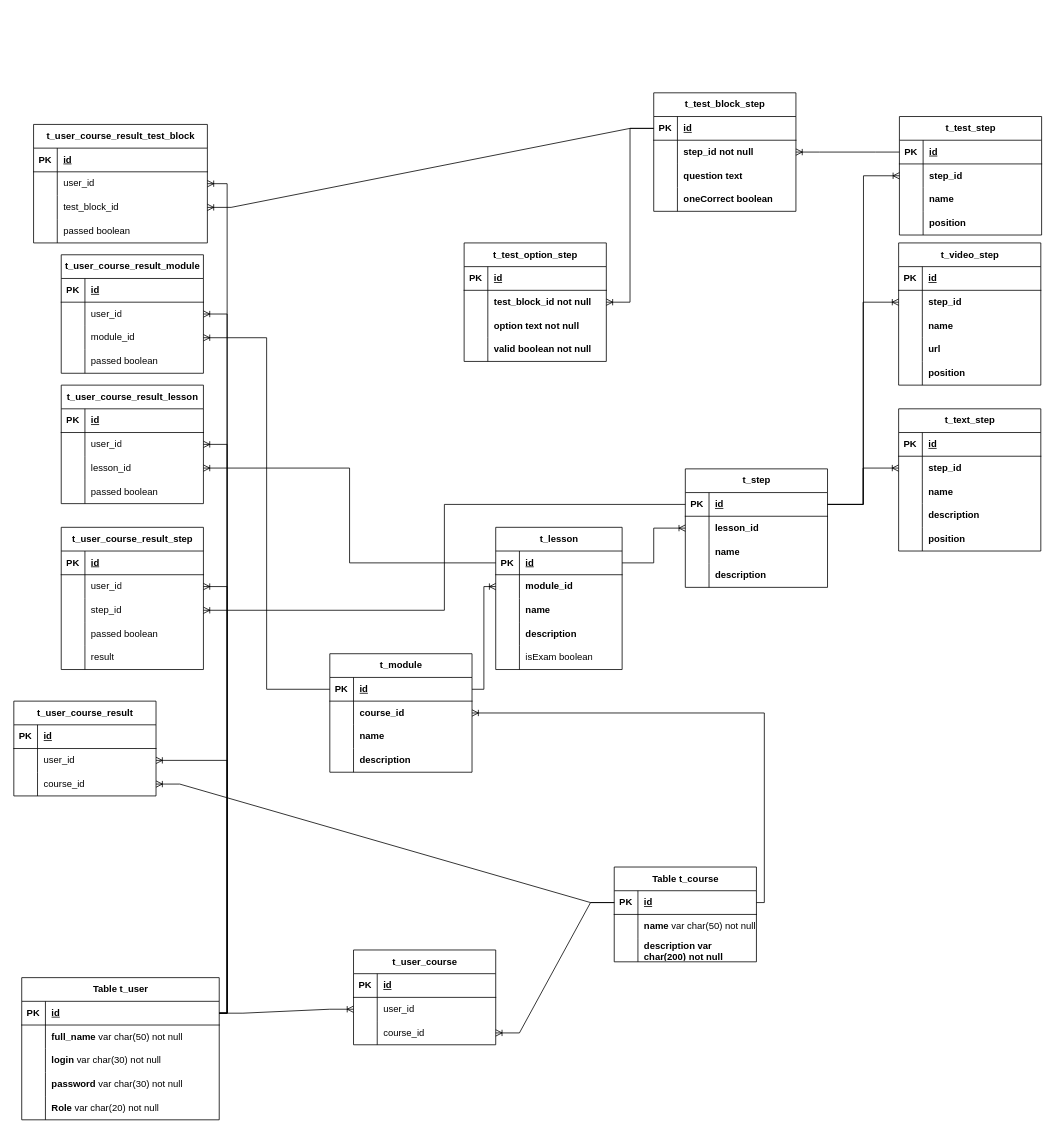
Qatarbae/School keeps this draw.io diagram as docs/brows.drawio. Above is the earlier version. Source tidied: cells renumbered, new cells numbered last; positions are measured from the earlier drawing's top-left corner, leaving out a move shared by most shapes. Both pictures are drawn from the tidied source at 79%, with x=0, y=0 at pixel (13, 92).
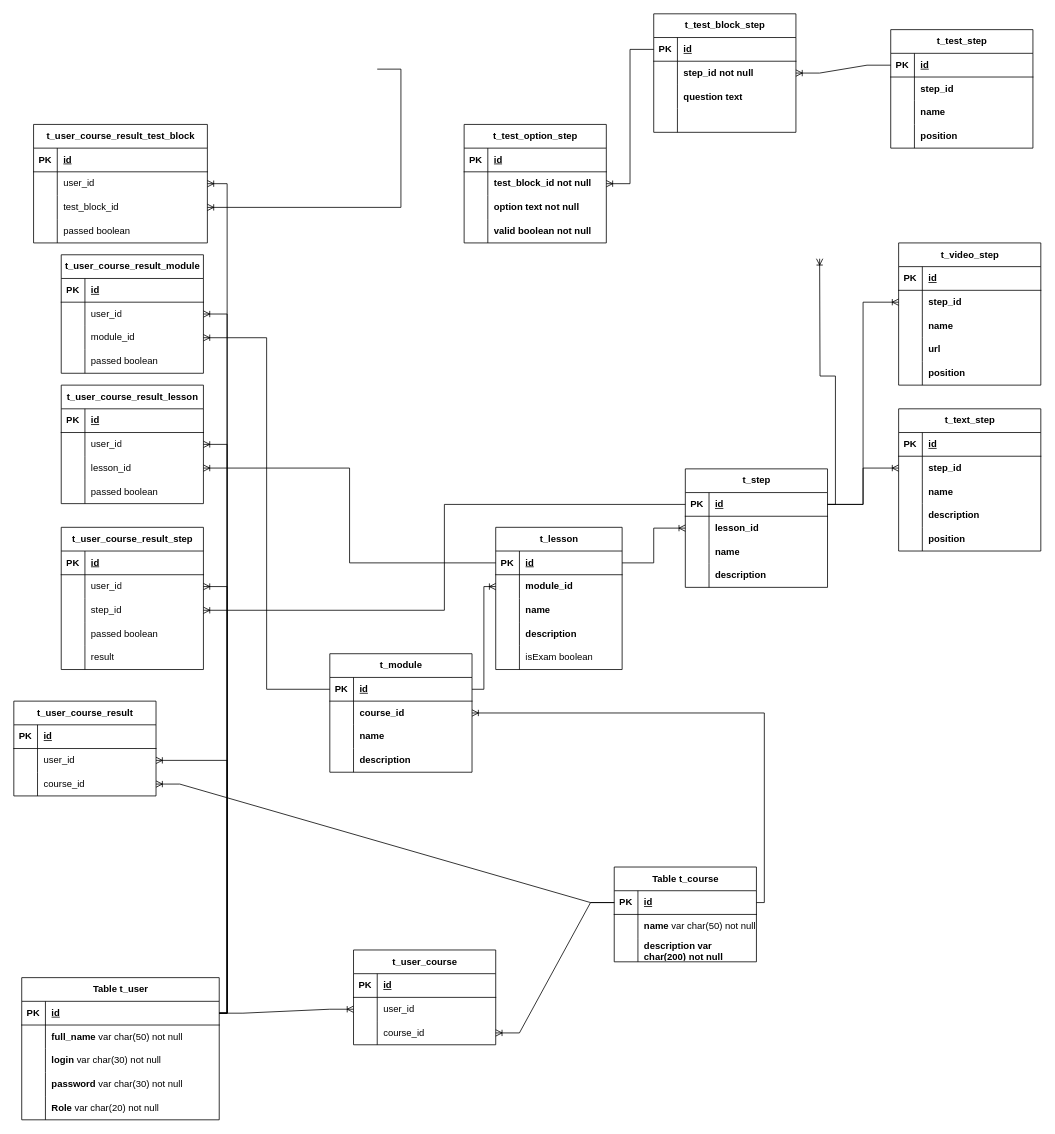
The same page after the edit.

The change refers to these unchanged cells:
```xml
<mxCell id="100" style="shape=tableRow;horizontal=0;startSize=0;swimlaneHead=0;swimlaneBody=0;fillColor=none;points=[[0,0.5],[1,0.5]];portConstraint=eastwest;top=0;left=0;right=0;bottom=0;" parent="96" vertex="1">
  <mxGeometry y="60" width="180" height="30" as="geometry" />
</mxCell>
<mxCell id="140" style="shape=tableRow;horizontal=0;startSize=0;swimlaneHead=0;swimlaneBody=0;fillColor=none;points=[[0,0.5],[1,0.5]];portConstraint=eastwest;top=0;left=0;right=0;bottom=1;" parent="139" vertex="1">
  <mxGeometry y="30" width="180" height="30" as="geometry" />
</mxCell>
<mxCell id="207" style="shape=tableRow;horizontal=0;startSize=0;swimlaneHead=0;swimlaneBody=0;fillColor=none;points=[[0,0.5],[1,0.5]];portConstraint=eastwest;top=0;left=0;right=0;bottom=1;" parent="206" vertex="1">
  <mxGeometry y="30" width="180" height="30" as="geometry" />
</mxCell>
<mxCell id="216" style="shape=tableRow;horizontal=0;startSize=0;swimlaneHead=0;swimlaneBody=0;fillColor=none;top=0;left=0;right=0;bottom=0;" parent="206" vertex="1">
  <mxGeometry y="120" width="180" height="30" as="geometry" />
</mxCell>
<mxCell id="228" style="shape=tableRow;horizontal=0;startSize=0;swimlaneHead=0;swimlaneBody=0;fillColor=none;points=[[0,0.5],[1,0.5]];portConstraint=eastwest;top=0;left=0;right=0;bottom=0;" parent="221" vertex="1">
  <mxGeometry y="90" width="220" height="30" as="geometry" />
</mxCell>
```

What changed in the source:
```diff
@@
     <mxCell id="96" value="t_test_step" style="shape=table;startSize=30;childLayout=tableLayout;rowLines=0;fontStyle=1;align=center;html=1;" parent="1" vertex="1">
-      <mxGeometry x="1121" y="30" width="180" height="150" as="geometry" />
+      <mxGeometry x="1110" y="-80" width="180" height="150" as="geometry" />
     </mxCell>
@@
     <mxCell id="109" value="t_test_option_step" style="shape=table;startSize=30;childLayout=tableLayout;rowLines=0;fontStyle=1;align=center;html=1;" parent="1" vertex="1">
-      <mxGeometry x="570" y="190" width="180" height="150" as="geometry" />
+      <mxGeometry x="570" y="40" width="180" height="150" as="geometry" />
     </mxCell>
@@
-    <mxCell id="154" style="edgeStyle=orthogonalEdgeStyle;fontSize=12;html=1;endArrow=ERoneToMany;rounded=0;exitX=1;exitY=0.5;exitDx=0;exitDy=0;entryX=0;entryY=0.5;entryDx=0;entryDy=0;" parent="1" edge="1" source="140" target="100">
-      <mxGeometry relative="1" as="geometry" />
+    <mxCell id="154" style="edgeStyle=orthogonalEdgeStyle;fontSize=12;html=1;endArrow=ERoneToMany;rounded=0;exitX=1;exitY=0.5;exitDx=0;exitDy=0;" parent="1" edge="1" source="140">
+      <mxGeometry relative="1" as="geometry">
+        <mxPoint x="1020" y="210" as="targetPoint" />
+      </mxGeometry>
     </mxCell>
@@
     <mxCell id="206" value="t_test_block_step" style="shape=table;startSize=30;childLayout=tableLayout;rowLines=0;fontStyle=1;align=center;html=1;" parent="1" vertex="1">
-      <mxGeometry x="810" width="180" height="150" as="geometry" />
+      <mxGeometry x="810" y="-100" width="180" height="150" as="geometry" />
     </mxCell>
@@
-    <mxCell id="218" value="&lt;b&gt;oneCorrect boolean&lt;/b&gt;" style="shape=partialRectangle;fillColor=none;top=0;left=0;bottom=0;right=0;align=left;spacingLeft=6;overflow=hidden;whiteSpace=wrap;html=1;" parent="216" vertex="1">
+    <mxCell id="218" style="shape=partialRectangle;fillColor=none;top=0;left=0;bottom=0;right=0;align=left;spacingLeft=6;overflow=hidden;whiteSpace=wrap;html=1;" parent="216" vertex="1">
       <mxGeometry x="30" width="150" height="30" as="geometry" />
     </mxCell>
@@
-    <mxCell id="235" style="edgeStyle=entityRelationEdgeStyle;fontSize=12;html=1;endArrow=ERoneToMany;rounded=0;exitX=0;exitY=0.5;exitDx=0;exitDy=0;entryX=1;entryY=0.5;entryDx=0;entryDy=0;" parent="1" edge="1" source="207" target="228">
+    <mxCell id="235" style="edgeStyle=entityRelationEdgeStyle;fontSize=12;html=1;endArrow=ERoneToMany;rounded=0;entryX=1;entryY=0.5;entryDx=0;entryDy=0;" parent="1" edge="1" target="228">
       <mxGeometry relative="1" as="geometry">
+        <mxPoint x="460" y="-30" as="sourcePoint" />
         <Array as="points">
           <mxPoint x="520" y="60" />
           <mxPoint x="550" y="45" />
         </Array>
       </mxGeometry>
     </mxCell>
```
